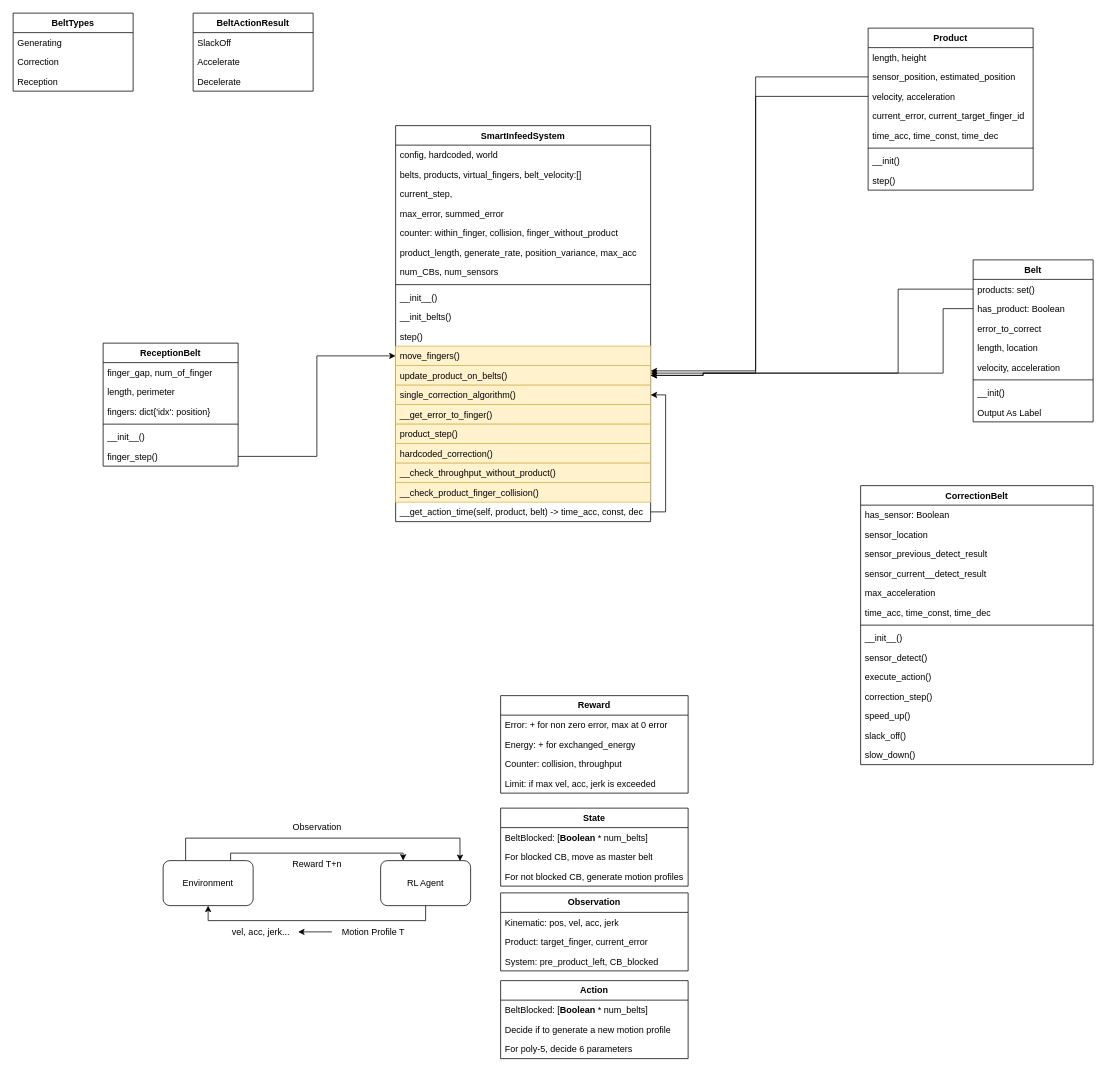
Above: SmartInfeedSystem.drawio in RiemannLee19/UMLs (draw.io), before the change. Source tidied: cells renumbered, new cells numbered last; positions are measured from the earlier drawing's top-left corner, leaving out a move shared by most shapes. Both pictures are drawn from the tidied source at 75%, with x=0, y=0 at pixel (13, 13).
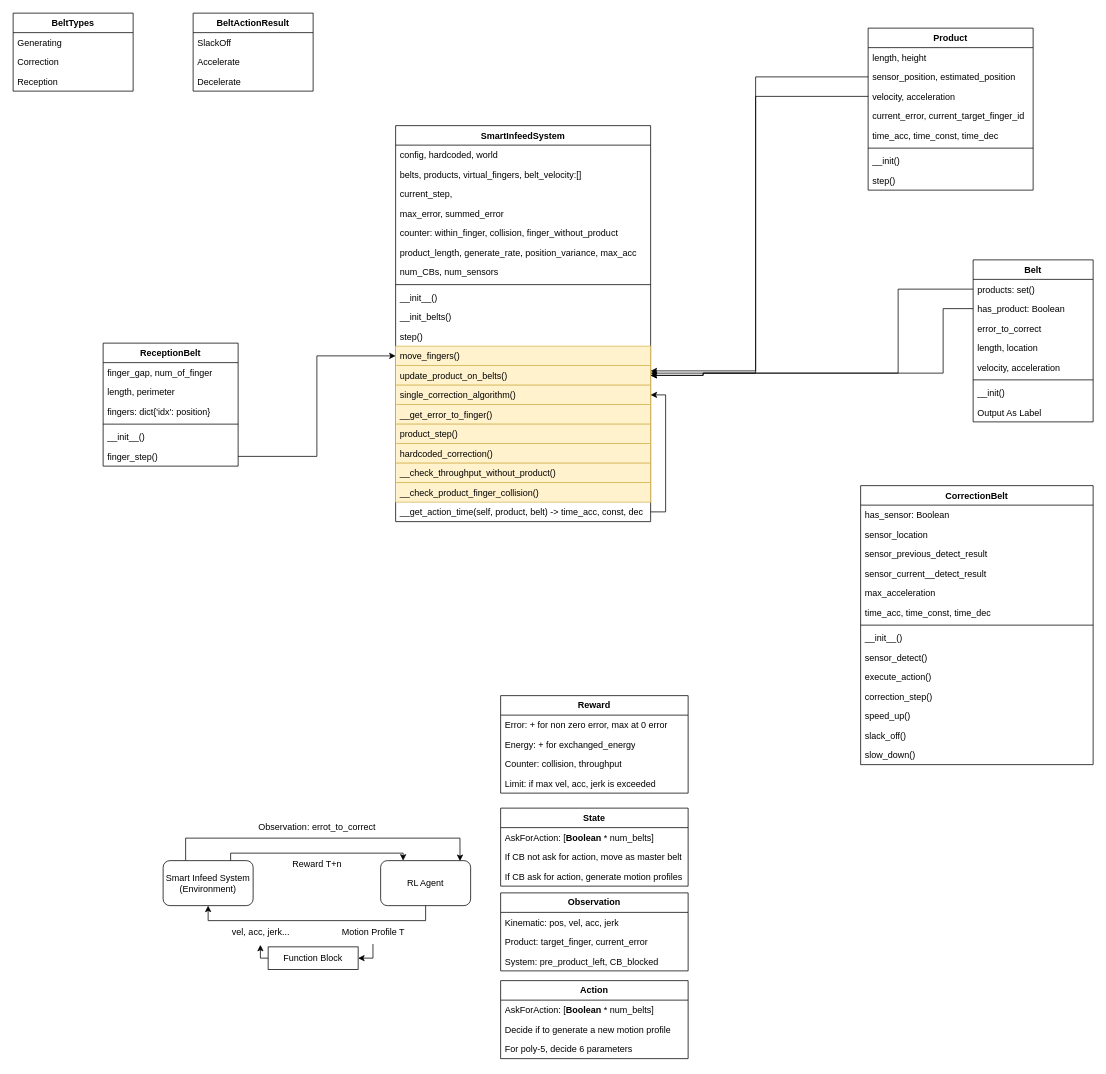
The same diagram, later.

Unchanged cells that the change refers to:
```xml
<mxCell id="84" value="Motion Profile T" style="text;html=1;align=center;verticalAlign=middle;points=[];strokeColor=none;fillColor=none;" parent="1" vertex="1">
  <mxGeometry x="425" y="1210" width="110" height="30" as="geometry" />
</mxCell>
<mxCell id="85" value="vel, acc, jerk..." style="text;html=1;align=center;verticalAlign=middle;points=[];strokeColor=none;fillColor=none;" parent="1" vertex="1">
  <mxGeometry x="280" y="1210" width="100" height="30" as="geometry" />
</mxCell>
<mxCell id="96" value="&lt;b&gt;State&lt;/b&gt;" style="swimlane;fontStyle=0;horizontal=1;startSize=26;fillColor=none;whiteSpace=wrap;html=1;" parent="1" vertex="1">
  <mxGeometry x="650" y="1060" width="250" height="104" as="geometry" />
</mxCell>
<mxCell id="100" value="&lt;b&gt;Action&lt;/b&gt;" style="swimlane;fontStyle=0;horizontal=1;startSize=26;fillColor=none;whiteSpace=wrap;html=1;swimlaneFillColor=default;" parent="1" vertex="1">
  <mxGeometry x="650" y="1290" width="250" height="104" as="geometry" />
</mxCell>
```

The edit, as a diff of the source:
```diff
@@
-    <mxCell id="81" value="Environment" style="rounded=1;whiteSpace=wrap;html=1;" parent="1" vertex="1">
+    <mxCell id="81" value="Smart Infeed System&lt;br&gt;(Environment)" style="rounded=1;whiteSpace=wrap;html=1;" parent="1" vertex="1">
       <mxGeometry x="200" y="1130" width="120" height="60" as="geometry" />
     </mxCell>
@@
-    <mxCell id="83" style="edgeStyle=orthogonalEdgeStyle;rounded=0;jettySize=auto;html=1;" parent="1" edge="1" source="84" target="85">
-      <mxGeometry relative="1" as="geometry" />
-    </mxCell>
+    <mxCell id="104" style="edgeStyle=orthogonalEdgeStyle;rounded=0;jettySize=auto;html=1;entryX=1;entryY=0.5;entryDx=0;entryDy=0;exitX=0.498;exitY=1.039;exitDx=0;exitDy=0;exitPerimeter=0;" parent="1" edge="1" source="84" target="106">
+      <mxGeometry relative="1" as="geometry">
+        <Array as="points">
+          <mxPoint x="480" y="1260" />
+          <mxPoint x="465" y="1260" />
+        </Array>
+      </mxGeometry>
+    </mxCell>
@@
-    <mxCell id="95" value="Observation" style="text;html=1;align=center;verticalAlign=middle;strokeColor=none;fillColor=none;" parent="1" vertex="1">
-      <mxGeometry x="360" y="1070" width="90" height="30" as="geometry" />
+    <mxCell id="95" value="Observation: errot_to_correct" style="text;html=1;align=center;verticalAlign=middle;strokeColor=none;fillColor=none;" parent="1" vertex="1">
+      <mxGeometry x="315" y="1070" width="180" height="30" as="geometry" />
     </mxCell>
@@
-    <mxCell id="97" value="BeltBlocked: [&lt;b&gt;Boolean &lt;/b&gt;* num_belts]" style="text;strokeColor=none;fillColor=none;align=left;verticalAlign=top;spacingLeft=4;spacingRight=4;overflow=hidden;whiteSpace=wrap;html=1;" parent="96" vertex="1">
+    <mxCell id="97" value="AskForAction: [&lt;b&gt;Boolean &lt;/b&gt;* num_belts]" style="text;strokeColor=none;fillColor=none;align=left;verticalAlign=top;spacingLeft=4;spacingRight=4;overflow=hidden;whiteSpace=wrap;html=1;" parent="96" vertex="1">
       <mxGeometry y="26" width="250" height="26" as="geometry" />
     </mxCell>
-    <mxCell id="98" value="For blocked CB, move as master belt" style="text;strokeColor=none;fillColor=none;align=left;verticalAlign=top;spacingLeft=4;spacingRight=4;overflow=hidden;whiteSpace=wrap;html=1;" parent="96" vertex="1">
+    <mxCell id="98" value="If CB not ask for action, move as master belt" style="text;strokeColor=none;fillColor=none;align=left;verticalAlign=top;spacingLeft=4;spacingRight=4;overflow=hidden;whiteSpace=wrap;html=1;" parent="96" vertex="1">
       <mxGeometry y="52" width="250" height="26" as="geometry" />
     </mxCell>
-    <mxCell id="99" value="For not blocked CB, generate motion profiles" style="text;strokeColor=none;fillColor=none;align=left;verticalAlign=top;spacingLeft=4;spacingRight=4;overflow=hidden;whiteSpace=wrap;html=1;" parent="96" vertex="1">
+    <mxCell id="99" value="If CB ask for action, generate motion profiles" style="text;strokeColor=none;fillColor=none;align=left;verticalAlign=top;spacingLeft=4;spacingRight=4;overflow=hidden;whiteSpace=wrap;html=1;" parent="96" vertex="1">
       <mxGeometry y="78" width="250" height="26" as="geometry" />
     </mxCell>
@@
-    <mxCell id="101" value="BeltBlocked: [&lt;b&gt;Boolean &lt;/b&gt;* num_belts]" style="text;strokeColor=none;fillColor=none;align=left;verticalAlign=top;spacingLeft=4;spacingRight=4;overflow=hidden;whiteSpace=wrap;html=1;" parent="100" vertex="1">
+    <mxCell id="101" value="AskForAction: [&lt;b&gt;Boolean &lt;/b&gt;* num_belts]" style="text;strokeColor=none;fillColor=none;align=left;verticalAlign=top;spacingLeft=4;spacingRight=4;overflow=hidden;whiteSpace=wrap;html=1;" parent="100" vertex="1">
       <mxGeometry y="26" width="250" height="26" as="geometry" />
     </mxCell>
@@
+    <mxCell id="105" style="edgeStyle=orthogonalEdgeStyle;rounded=0;jettySize=auto;html=1;exitX=0;exitY=0.5;exitDx=0;exitDy=0;entryX=0.497;entryY=1.076;entryDx=0;entryDy=0;entryPerimeter=0;" parent="1" edge="1" source="106" target="85">
+      <mxGeometry relative="1" as="geometry" />
+    </mxCell>
+    <mxCell id="106" value="Function Block" style="rounded=0;whiteSpace=wrap;html=1;" parent="1" vertex="1">
+      <mxGeometry x="340" y="1245" width="120" height="30" as="geometry" />
+    </mxCell>
```
